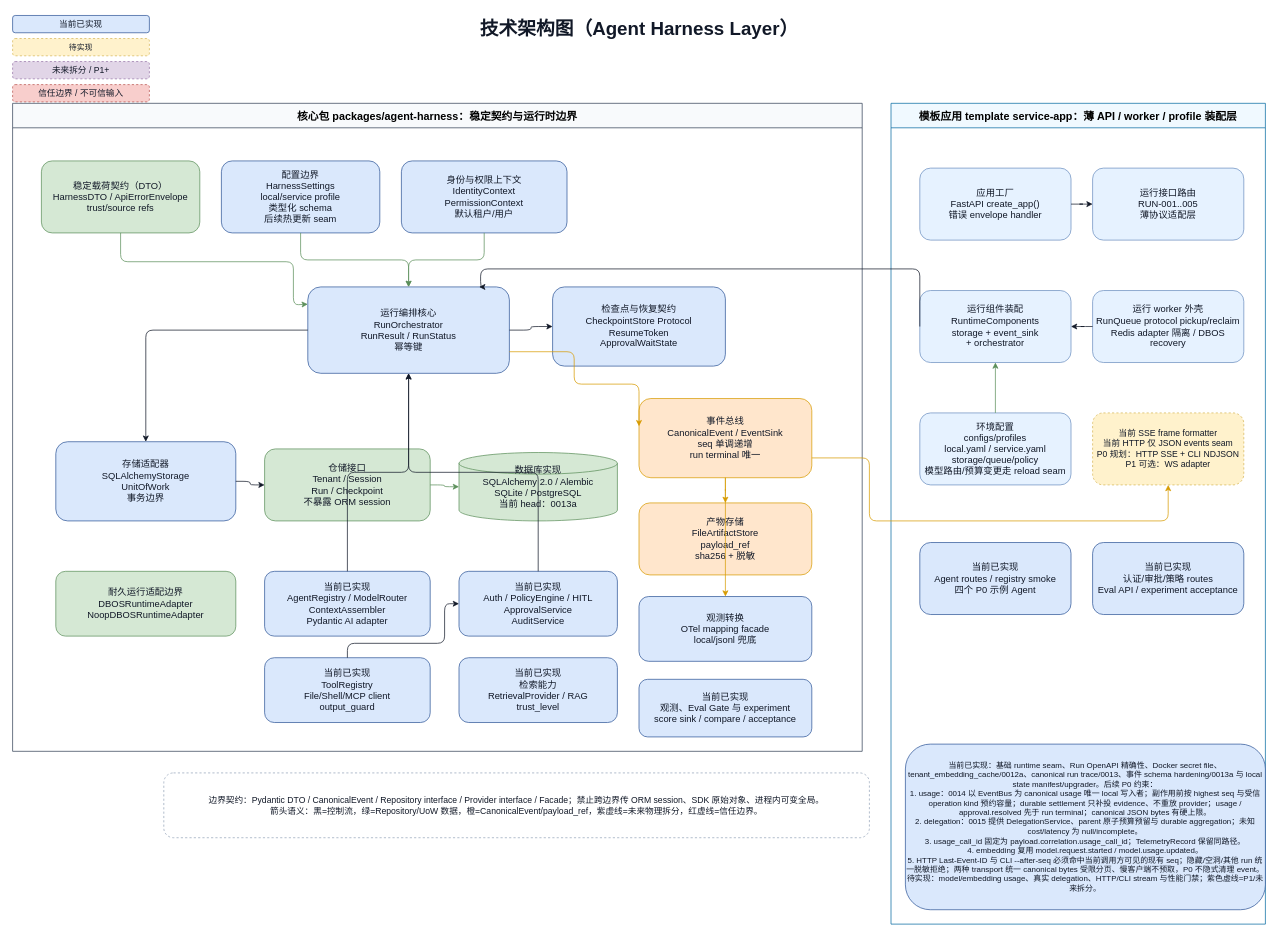
This is docs/architecture/agent-harness-technical-architecture.drawio from wdmcheng/agent-harness-layer, a draw.io file, before an edit. Source tidied: cells renumbered, new cells numbered last; positions are measured from the earlier drawing's top-left corner, leaving out a move shared by most shapes. Both pictures are drawn from the tidied source at 72%, with x=0, y=0 at pixel (12, 12).
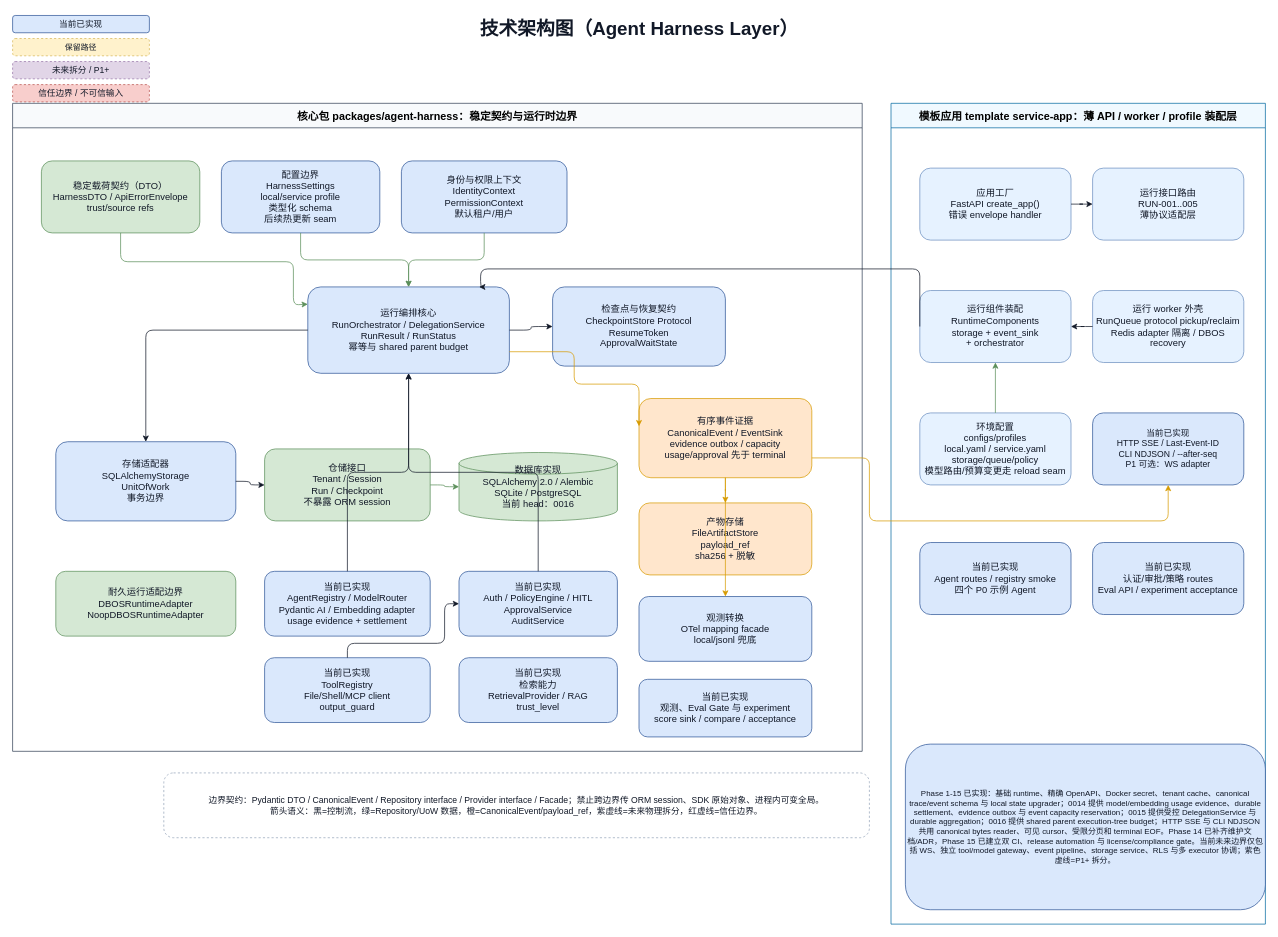
After the change.

Commit message (it also covers changes not shown here):
chore: sync architecture diagrams

Unchanged cells that the change refers to:
```xml
<mxCell id="7" value="核心包 packages/agent-harness：稳定契约与运行时边界" style="swimlane;startSize=34;html=1;whiteSpace=wrap;rounded=0;fontSize=15;fontStyle=1;fillColor=#f8fafc;strokeColor=#334155;" parent="1" vertex="1">
  <mxGeometry y="126" width="1180" height="900" as="geometry" />
</mxCell>
<mxCell id="8" value="模板应用 template service-app：薄 API / worker / profile 装配层" style="swimlane;startSize=34;html=1;whiteSpace=wrap;rounded=0;fontSize=15;fontStyle=1;fillColor=#f0f9ff;strokeColor=#0369a1;" parent="1" vertex="1">
  <mxGeometry x="1220" y="126" width="520" height="1140" as="geometry" />
</mxCell>
```

What changed in the source:
```diff
@@
-    <mxCell id="4" value="待实现" style="rounded=1;whiteSpace=wrap;html=1;fillColor=#fff2cc;strokeColor=#d6b656;fontColor=#111827;fontSize=11;dashed=1;" parent="1" vertex="1">
+    <mxCell id="4" value="保留路径" style="rounded=1;whiteSpace=wrap;html=1;fillColor=#fff2cc;strokeColor=#d6b656;fontColor=#111827;fontSize=11;dashed=1;" parent="1" vertex="1">
       <mxGeometry y="36" width="190" height="24" as="geometry" />
     </mxCell>
@@
-    <mxCell id="10" value="当前已实现：基础 runtime seam、Run OpenAPI 精确性、Docker secret file、tenant_embedding_cache/0012a、canonical run trace/0013、事件 schema hardening/0013a 与 local state manifest/upgrader。后续 P0 约束：&#10;1. usage：0014 以 EventBus 为 canonical usage 唯一 local 写入者；副作用前按 highest seq 与受信 operation kind 预约容量；durable settlement 只补投 evidence、不重放 provider；usage / approval.resolved 先于 run terminal；canonical JSON bytes 有硬上限。&#10;2. delegation：0015 提供 DelegationService、parent 原子预算预留与 durable aggregation；未知 cost/latency 为 null/incomplete。&#10;3. usage_call_id 固定为 payload.correlation.usage_call_id；TelemetryRecord 保留同路径。&#10;4. embedding 复用 model.request.started / model.usage.updated。&#10;5. HTTP Last-Event-ID 与 CLI --after-seq 必须命中当前调用方可见的现有 seq；隐藏/空洞/其他 run 统一脱敏拒绝；两种 transport 统一 canonical bytes 受限分页、慢客户端不预取，P0 不隐式清理 event。&#10;待实现：model/embedding usage、真实 delegation、HTTP/CLI stream 与性能门禁；紫色虚线=P1/未来拆分。" style="rounded=1;whiteSpace=wrap;html=1;fillColor=#dae8fc;strokeColor=#2f5597;fontColor=#111827;fontSize=11;" parent="1" vertex="1">
+    <mxCell id="10" value="Phase 1-15 已实现：基础 runtime、精确 OpenAPI、Docker secret、tenant cache、canonical trace/event schema 与 local state upgrader；0014 提供 model/embedding usage evidence、durable settlement、evidence outbox 与 event capacity reservation；0015 提供受控 DelegationService 与 durable aggregation；0016 提供 shared parent execution-tree budget；HTTP SSE 与 CLI NDJSON 共用 canonical bytes reader、可见 cursor、受限分页和 terminal EOF。Phase 14 已补齐维护文档/ADR，Phase 15 已建立双 CI、release automation 与 license/compliance gate。当前未来边界仅包括 WS、独立 tool/model gateway、event pipeline、storage service、RLS 与多 executor 协调；紫色虚线=P1+ 拆分。" style="rounded=1;whiteSpace=wrap;html=1;fillColor=#dae8fc;strokeColor=#2f5597;fontColor=#111827;fontSize=11;" parent="1" vertex="1">
       <mxGeometry x="1240" y="1016" width="500" height="230" as="geometry" />
     </mxCell>
@@
-    <mxCell id="14" value="运行编排核心&#10;RunOrchestrator&#10;RunResult / RunStatus&#10;幂等键" style="rounded=1;whiteSpace=wrap;html=1;fillColor=#dae8fc;strokeColor=#2f5597;fontColor=#111827;fontSize=13;" parent="7" vertex="1">
+    <mxCell id="14" value="运行编排核心&#10;RunOrchestrator / DelegationService&#10;RunResult / RunStatus&#10;幂等与 shared parent budget" style="rounded=1;whiteSpace=wrap;html=1;fillColor=#dae8fc;strokeColor=#2f5597;fontColor=#111827;fontSize=13;" parent="7" vertex="1">
       <mxGeometry x="410" y="255" width="280" height="120" as="geometry" />
     </mxCell>
@@
-    <mxCell id="18" value="数据库实现&#10;SQLAlchemy 2.0 / Alembic&#10;SQLite / PostgreSQL&#10;当前 head：0013a" style="shape=cylinder3;whiteSpace=wrap;html=1;fillColor=#d5e8d4;strokeColor=#5b8f5a;fontColor=#111827;fontSize=13;" parent="7" vertex="1">
+    <mxCell id="18" value="数据库实现&#10;SQLAlchemy 2.0 / Alembic&#10;SQLite / PostgreSQL&#10;当前 head：0016" style="shape=cylinder3;whiteSpace=wrap;html=1;fillColor=#d5e8d4;strokeColor=#5b8f5a;fontColor=#111827;fontSize=13;" parent="7" vertex="1">
       <mxGeometry x="620" y="485" width="220" height="95" as="geometry" />
     </mxCell>
-    <mxCell id="19" value="事件总线&#10;CanonicalEvent / EventSink&#10;seq 单调递增&#10;run terminal 唯一" style="rounded=1;whiteSpace=wrap;html=1;fillColor=#ffe6cc;strokeColor=#d79b00;fontColor=#111827;fontSize=13;" parent="7" vertex="1">
+    <mxCell id="19" value="有序事件证据&#10;CanonicalEvent / EventSink&#10;evidence outbox / capacity&#10;usage/approval 先于 terminal" style="rounded=1;whiteSpace=wrap;html=1;fillColor=#ffe6cc;strokeColor=#d79b00;fontColor=#111827;fontSize=13;" parent="7" vertex="1">
       <mxGeometry x="870" y="410" width="240" height="110" as="geometry" />
     </mxCell>
@@
-    <mxCell id="23" value="当前已实现&#10;AgentRegistry / ModelRouter&#10;ContextAssembler&#10;Pydantic AI adapter" style="rounded=1;whiteSpace=wrap;html=1;fillColor=#dae8fc;strokeColor=#2f5597;fontColor=#111827;fontSize=13;" parent="7" vertex="1">
+    <mxCell id="23" value="当前已实现&#10;AgentRegistry / ModelRouter&#10;Pydantic AI / Embedding adapter&#10;usage evidence + settlement" style="rounded=1;whiteSpace=wrap;html=1;fillColor=#dae8fc;strokeColor=#2f5597;fontColor=#111827;fontSize=13;" parent="7" vertex="1">
       <mxGeometry x="350" y="650" width="230" height="90" as="geometry" />
     </mxCell>
@@
-    <mxCell id="33" value="当前 SSE frame formatter&#10;当前 HTTP 仅 JSON events seam&#10;P0 规划：HTTP SSE + CLI NDJSON&#10;P1 可选：WS adapter" style="rounded=1;whiteSpace=wrap;html=1;fillColor=#fff2cc;strokeColor=#d6b656;fontColor=#111827;fontSize=12;dashed=1;" parent="8" vertex="1">
+    <mxCell id="33" value="当前已实现&#10;HTTP SSE / Last-Event-ID&#10;CLI NDJSON / --after-seq&#10;P1 可选：WS adapter" style="rounded=1;whiteSpace=wrap;html=1;fillColor=#dae8fc;strokeColor=#2f5597;fontColor=#111827;fontSize=12;" parent="8" vertex="1">
       <mxGeometry x="280" y="430" width="210" height="100" as="geometry" />
     </mxCell>
```
